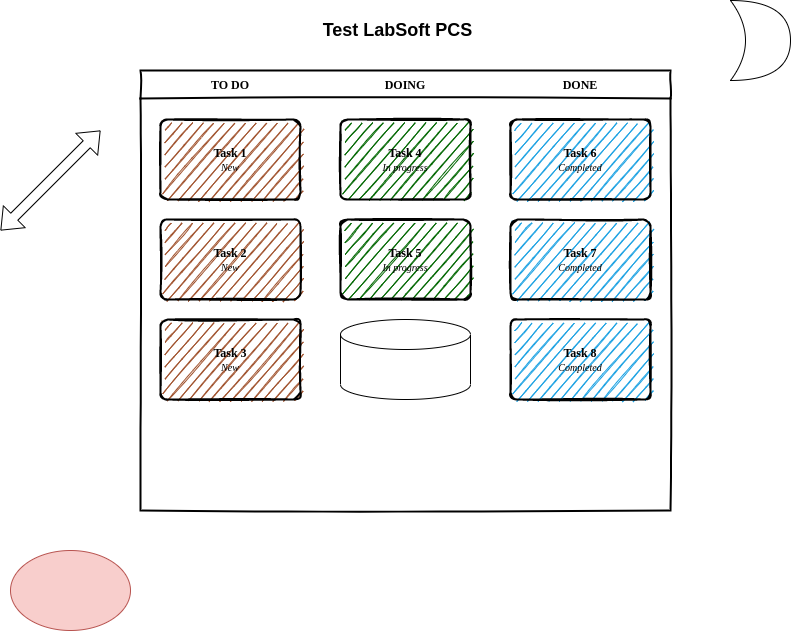
Earlier version of the draw.io export TestLabSoftDiagram.drawio.png (caiki/labsoft). Source tidied: cells renumbered, new cells last; positions are measured from the earlier drawing's top-left corner, leaving out a move shared by most shapes.
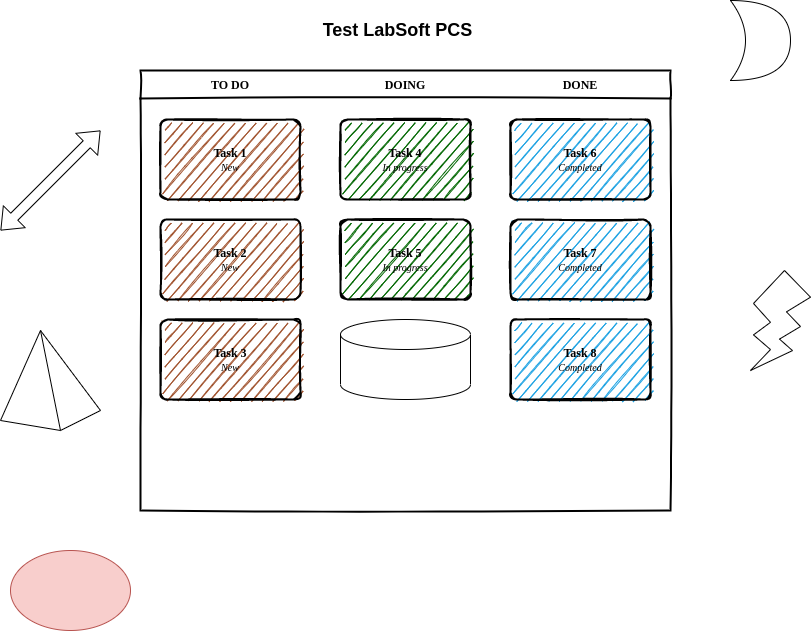
After the commit.

What changed in the source:
```diff
@@ -72,5 +72,11 @@
     <mxCell id="18" style="shape=xor;whiteSpace=wrap;html=1;" parent="1" vertex="1">
       <mxGeometry x="730" width="60" height="80" as="geometry" />
     </mxCell>
+    <mxCell id="19" style="verticalLabelPosition=bottom;verticalAlign=top;html=1;shape=mxgraph.basic.flash;" parent="1" vertex="1">
+      <mxGeometry x="750" y="270" width="60" height="100" as="geometry" />
+    </mxCell>
+    <mxCell id="20" style="verticalLabelPosition=bottom;verticalAlign=top;html=1;shape=mxgraph.basic.pyramid;dx1=0.4;dx2=0.6;dy1=0.9;dy2=0.8;" parent="1" vertex="1">
+      <mxGeometry y="330" width="100" height="100" as="geometry" />
+    </mxCell>
   </root>
 </mxGraphModel>
```
